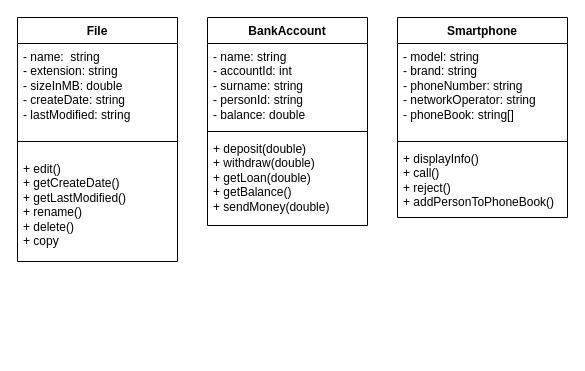
Above: 06-ConceptualModeling/diagram.drawio in kwaskowy/pp3 (draw.io), before the change. Source tidied: cells renumbered, new cells numbered last; positions are measured from the earlier drawing's top-left corner, leaving out a move shared by most shapes. Both pictures are drawn from the tidied source at 100%, with x=0, y=0 at pixel (17, 17).
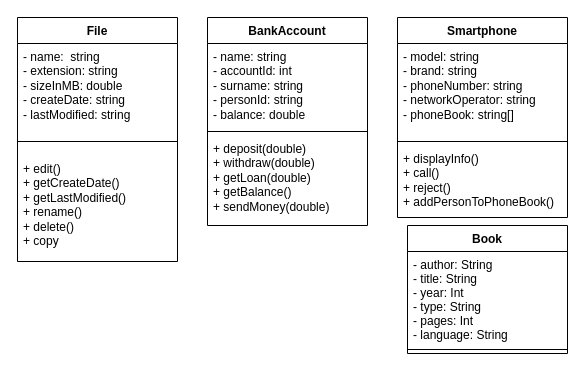
The same page after the edit.

The edit, as a diff of the source:
```diff
@@
 <mxGraphModel>
   <root>
     <mxCell id="0" />
     <mxCell id="1" parent="0" />
     <mxCell id="2" value="File" style="swimlane;fontStyle=1;align=center;verticalAlign=top;horizontal=1;startSize=26;whiteSpace=wrap;html=1;" parent="1" vertex="1">
       <mxGeometry width="160" height="244" as="geometry" />
     </mxCell>
     <mxCell id="3" value="- name:&amp;nbsp; string&lt;br&gt;- extension: string&lt;br&gt;- sizeInMB: double&amp;nbsp;&lt;br&gt;- createDate: string&lt;br&gt;- lastModified: string" style="text;strokeColor=none;fillColor=none;align=left;verticalAlign=top;spacingLeft=4;spacingRight=4;overflow=hidden;whiteSpace=wrap;html=1;" parent="2" vertex="1">
       <mxGeometry y="26" width="160" height="84" as="geometry" />
     </mxCell>
     <mxCell id="4" style="line;strokeWidth=1;fillColor=none;align=left;verticalAlign=middle;spacingTop=-1;spacingLeft=3;spacingRight=3;labelPosition=right;strokeColor=inherit;" parent="2" vertex="1">
       <mxGeometry y="110" width="160" height="28" as="geometry" />
     </mxCell>
     <mxCell id="5" value="+ edit()&lt;br&gt;+ getCreateDate()&lt;br&gt;+ getLastModified()&lt;br&gt;+ rename()&lt;br&gt;+ delete()&lt;br&gt;+ copy" style="text;strokeColor=none;fillColor=none;align=left;verticalAlign=top;spacingLeft=4;spacingRight=4;overflow=hidden;whiteSpace=wrap;html=1;" parent="2" vertex="1">
       <mxGeometry y="138" width="160" height="106" as="geometry" />
     </mxCell>
     <mxCell id="6" value="BankAccount" style="swimlane;fontStyle=1;align=center;verticalAlign=top;horizontal=1;startSize=26;whiteSpace=wrap;html=1;" parent="1" vertex="1">
       <mxGeometry x="190" width="160" height="208" as="geometry" />
     </mxCell>
     <mxCell id="7" value="- name: string&lt;br&gt;- accountId: int&lt;br&gt;- surname: string&lt;br&gt;- personId: string&amp;nbsp;&amp;nbsp;&lt;br&gt;- balance: double" style="text;strokeColor=none;fillColor=none;align=left;verticalAlign=top;spacingLeft=4;spacingRight=4;overflow=hidden;whiteSpace=wrap;html=1;" parent="6" vertex="1">
       <mxGeometry y="26" width="160" height="84" as="geometry" />
     </mxCell>
     <mxCell id="8" style="line;strokeWidth=1;fillColor=none;align=left;verticalAlign=middle;spacingTop=-1;spacingLeft=3;spacingRight=3;labelPosition=right;strokeColor=inherit;" parent="6" vertex="1">
       <mxGeometry y="110" width="160" height="8" as="geometry" />
     </mxCell>
     <mxCell id="9" value="+ deposit(double)&lt;br&gt;+ withdraw(double)&lt;br&gt;+ getLoan(double)&lt;br&gt;+ getBalance()&lt;br&gt;+ sendMoney(double)" style="text;strokeColor=none;fillColor=none;align=left;verticalAlign=top;spacingLeft=4;spacingRight=4;overflow=hidden;whiteSpace=wrap;html=1;" parent="6" vertex="1">
       <mxGeometry y="118" width="160" height="90" as="geometry" />
     </mxCell>
     <mxCell id="10" value="Smartphone" style="swimlane;fontStyle=1;align=center;verticalAlign=top;horizontal=1;startSize=26;whiteSpace=wrap;html=1;" parent="1" vertex="1">
       <mxGeometry x="380" width="170" height="200" as="geometry" />
     </mxCell>
     <mxCell id="11" value="- model: string&lt;br&gt;- brand: string&lt;br&gt;- phoneNumber: string&lt;br&gt;- networkOperator: string&lt;br&gt;- phoneBook: string[]" style="text;strokeColor=none;fillColor=none;align=left;verticalAlign=top;spacingLeft=4;spacingRight=4;overflow=hidden;whiteSpace=wrap;html=1;" parent="10" vertex="1">
       <mxGeometry y="26" width="170" height="94" as="geometry" />
     </mxCell>
     <mxCell id="12" style="line;strokeWidth=1;fillColor=none;align=left;verticalAlign=middle;spacingTop=-1;spacingLeft=3;spacingRight=3;labelPosition=right;strokeColor=inherit;" parent="10" vertex="1">
       <mxGeometry y="120" width="170" height="8" as="geometry" />
     </mxCell>
     <mxCell id="13" value="+ displayInfo()&lt;br&gt;+ call()&lt;br&gt;+ reject()&lt;br&gt;+ addPersonToPhoneBook()&lt;br&gt;" style="text;strokeColor=none;fillColor=none;align=left;verticalAlign=top;spacingLeft=4;spacingRight=4;overflow=hidden;whiteSpace=wrap;html=1;" parent="10" vertex="1">
       <mxGeometry y="128" width="170" height="72" as="geometry" />
     </mxCell>
+    <mxCell id="14" value="Book" style="swimlane;fontStyle=1;align=center;verticalAlign=top;horizontal=1;startSize=26;" parent="1" vertex="1">
+      <mxGeometry x="390" y="208" width="160" height="128" as="geometry" />
+    </mxCell>
+    <mxCell id="15" value="- author: String&#10;- title: String&#10;- year: Int&#10;- type: String&#10;- pages: Int&#10;- language: String" style="text;strokeColor=none;fillColor=none;align=left;verticalAlign=top;spacingLeft=4;spacingRight=4;overflow=hidden;" parent="14" vertex="1">
+      <mxGeometry y="26" width="160" height="94" as="geometry" />
+    </mxCell>
+    <mxCell id="16" style="line;strokeWidth=1;fillColor=none;align=left;verticalAlign=middle;spacingTop=-1;spacingLeft=3;spacingRight=3;labelPosition=right;" parent="14" vertex="1">
+      <mxGeometry y="120" width="160" height="8" as="geometry" />
+    </mxCell>
   </root>
 </mxGraphModel>
```
